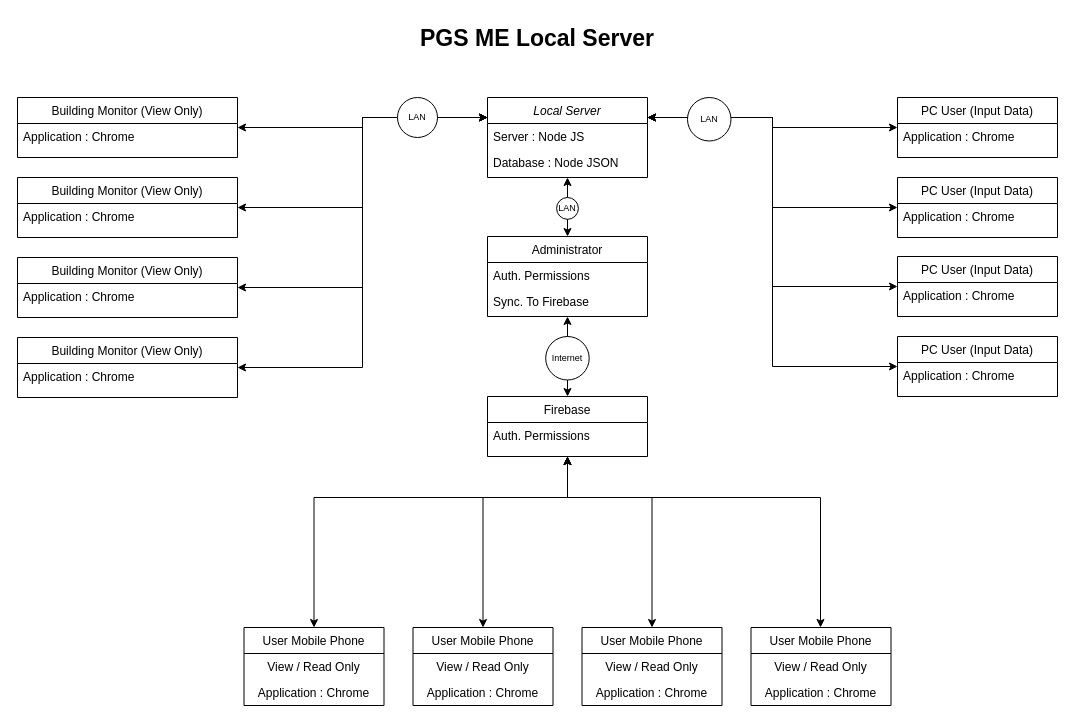
Earlier version of the draw.io diagram Untitled Diagram.drawio (kajukopi/belajar). Source tidied: cells renumbered, new cells numbered last; positions are measured from the earlier drawing's top-left corner, leaving out a move shared by most shapes. Both pictures are drawn from the tidied source at 100%, with x=0, y=0 at pixel (17, 17).
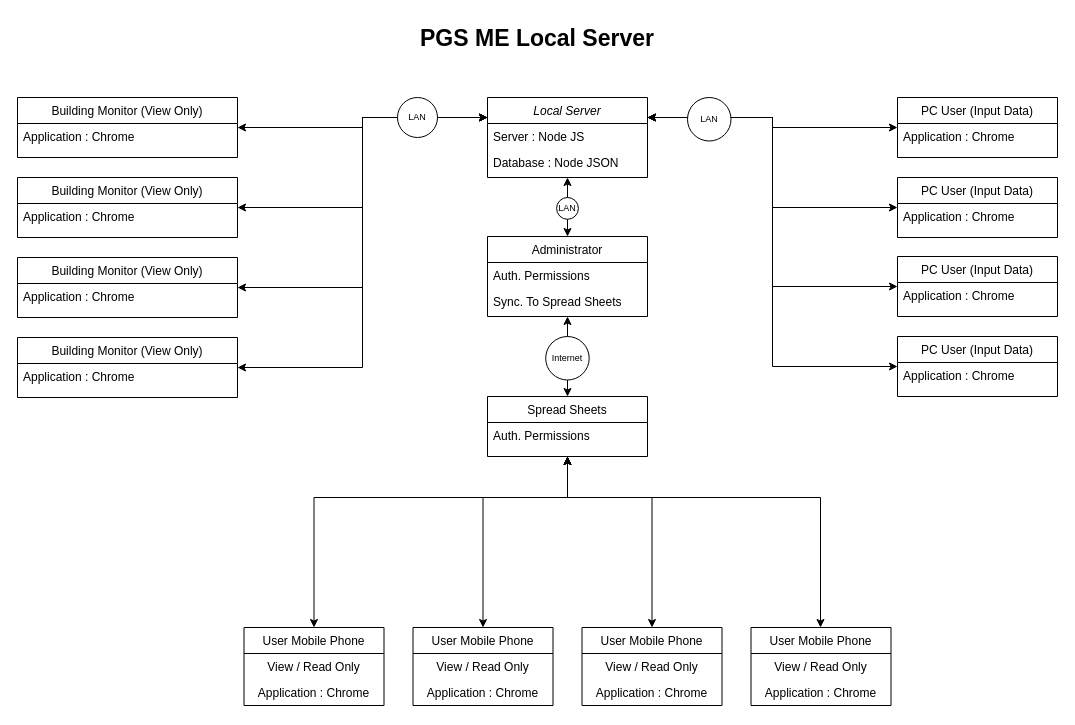
The same page after the edit.

Unchanged cells that the change refers to:
```xml
<mxCell id="5" value="Administrator" style="swimlane;fontStyle=0;align=center;verticalAlign=top;horizontal=1;startSize=26;rounded=0;shadow=0;strokeWidth=1;" parent="1" vertex="1">
  <mxGeometry x="470" y="219" width="160" height="80" as="geometry" />
</mxCell>
```

What changed in the source:
```diff
@@
-    <mxCell id="7" value="Sync. To Firebase" style="text;align=left;verticalAlign=top;spacingLeft=4;spacingRight=4;overflow=hidden;" parent="5" vertex="1">
+    <mxCell id="7" value="Sync. To Spread Sheets" style="text;align=left;verticalAlign=top;spacingLeft=4;spacingRight=4;overflow=hidden;" parent="5" vertex="1">
       <mxGeometry y="52" width="160" height="26" as="geometry" />
     </mxCell>
@@
-    <mxCell id="25" value="Firebase" style="swimlane;fontStyle=0;align=center;verticalAlign=top;horizontal=1;startSize=26;rounded=0;shadow=0;strokeWidth=1;" parent="1" vertex="1">
+    <mxCell id="25" value="Spread Sheets" style="swimlane;fontStyle=0;align=center;verticalAlign=top;horizontal=1;startSize=26;rounded=0;shadow=0;strokeWidth=1;" parent="1" vertex="1">
       <mxGeometry x="470" y="379" width="160" height="60" as="geometry" />
     </mxCell>
```
